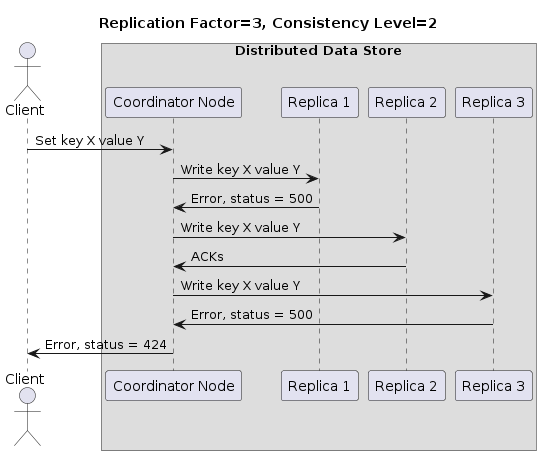
The PlantUML diagram diagrams/sequence7.png in EliriaT/distributed-store, before a commit.
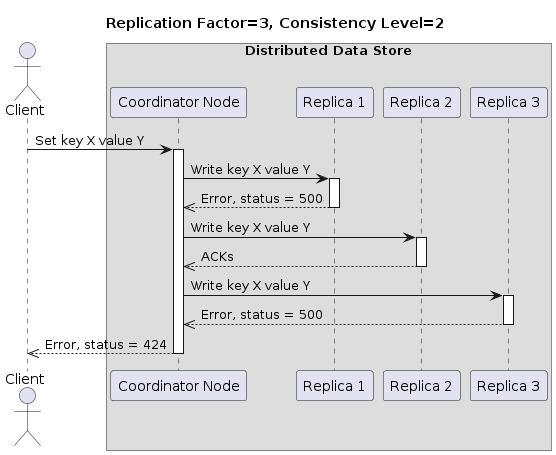
After the change.

Change to the diagram source:
```diff
@@ -11,15 +11,22 @@
 
 
 C -> CN : Set key X value Y
+activate CN
 CN -> N1 : Write key X value Y
-N1 -> CN : Error, status = 500
+activate N1
+N1 -->> CN : Error, status = 500
+deactivate N1
 
 CN -> N2 : Write key X value Y
-N2 -> CN : ACKs
-
+activate N2
+N2 -->> CN : ACKs
+deactivate N2
 
 CN -> N3 : Write key X value Y
-N3 -> CN : Error, status = 500
+activate N3
+N3 -->> CN : Error, status = 500
+deactivate N3
 
-CN -> C : Error, status = 424
+CN -->> C : Error, status = 424
+deactivate CN
 @enduml
```
